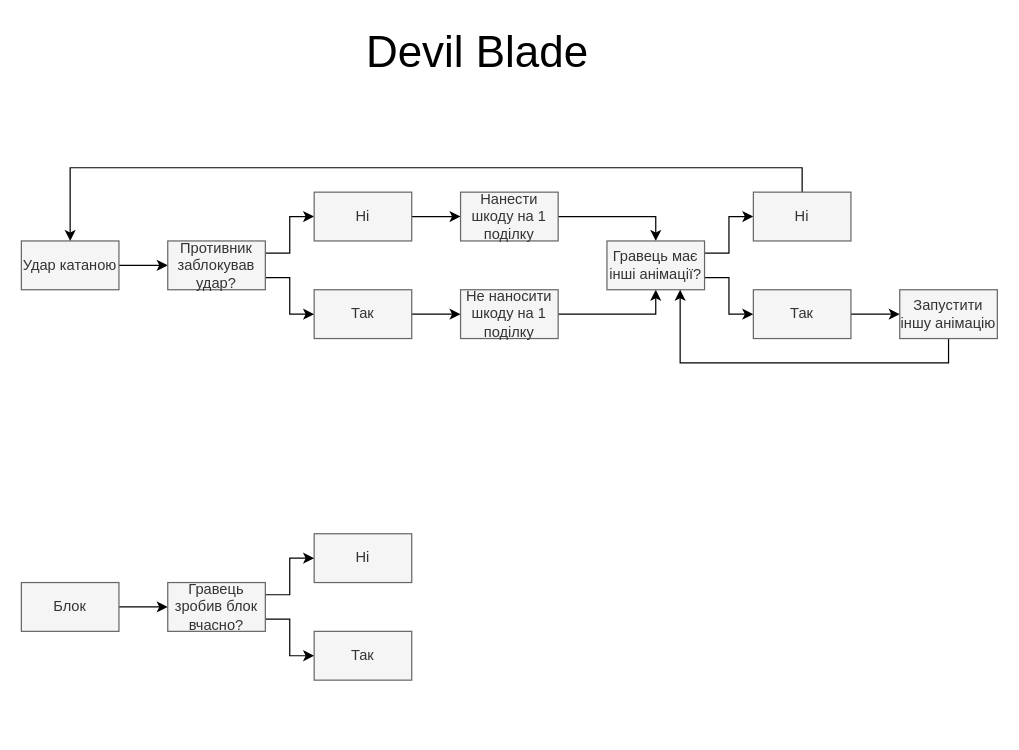
This is Documents/Devil_Blade_GDD.drawio from Endi00710/Devil_Blade_Documents, a draw.io file, before an edit. Source tidied: cells renumbered, new cells numbered last; positions are measured from the earlier drawing's top-left corner, leaving out a move shared by most shapes. Both pictures are drawn from the tidied source at 122%, with x=0, y=0 at pixel (21, 21).
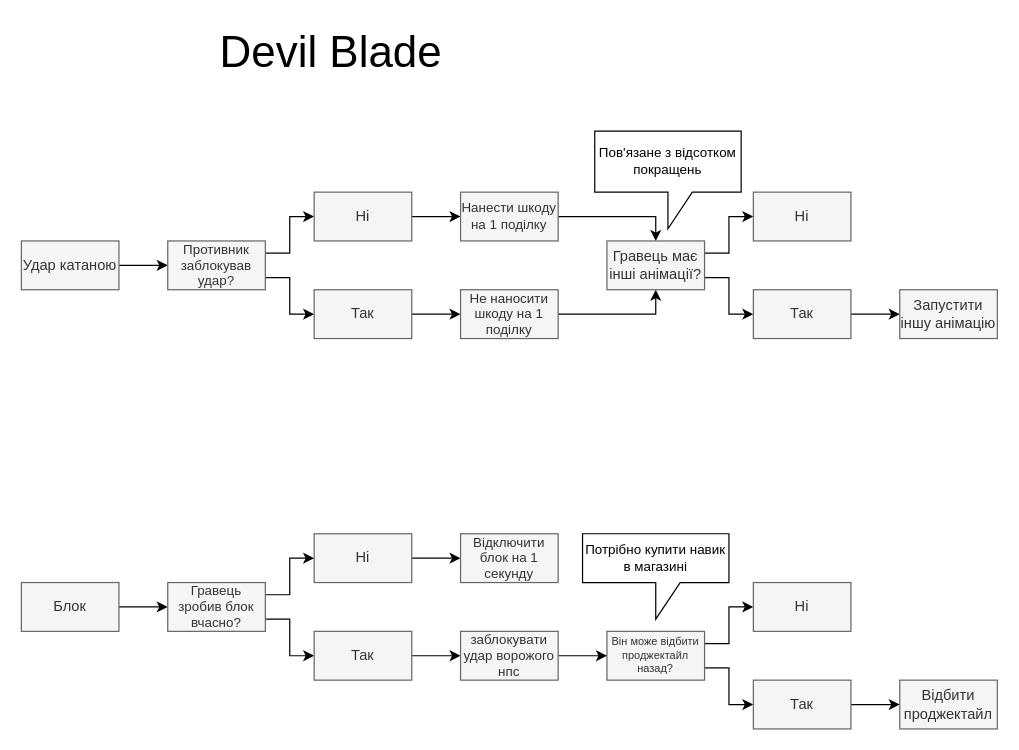
Above is the later version.

Unchanged cells that the change refers to:
```xml
<mxCell id="4" value="Удар катаною" style="text;html=1;strokeColor=#666666;fillColor=#f5f5f5;align=center;verticalAlign=middle;whiteSpace=wrap;rounded=0;fontColor=#333333;" parent="1" vertex="1">
  <mxGeometry y="180" width="80" height="40" as="geometry" />
</mxCell>
<mxCell id="18" value="Гравець має інші анімації?" style="text;html=1;strokeColor=#666666;fillColor=#f5f5f5;align=center;verticalAlign=middle;whiteSpace=wrap;rounded=0;fontColor=#333333;" parent="1" vertex="1">
  <mxGeometry x="480" y="180" width="80" height="40" as="geometry" />
</mxCell>
<mxCell id="22" value="Запустити іншу анімацію" style="text;html=1;strokeColor=#666666;fillColor=#f5f5f5;align=center;verticalAlign=middle;whiteSpace=wrap;rounded=0;fontColor=#333333;" parent="1" vertex="1">
  <mxGeometry x="720" y="220" width="80" height="40" as="geometry" />
</mxCell>
<mxCell id="25" value="Ні" style="text;html=1;strokeColor=#666666;fillColor=#f5f5f5;align=center;verticalAlign=middle;whiteSpace=wrap;rounded=0;fontColor=#333333;" parent="1" vertex="1">
  <mxGeometry x="240" y="420" width="80" height="40" as="geometry" />
</mxCell>
<mxCell id="29" value="Так" style="text;html=1;strokeColor=#666666;fillColor=#f5f5f5;align=center;verticalAlign=middle;whiteSpace=wrap;rounded=0;fontColor=#333333;" parent="1" vertex="1">
  <mxGeometry x="240" y="500" width="80" height="40" as="geometry" />
</mxCell>
<mxCell id="31" value="Ні" style="text;html=1;strokeColor=#666666;fillColor=#f5f5f5;align=center;verticalAlign=middle;whiteSpace=wrap;rounded=0;fontColor=#333333;" parent="1" vertex="1">
  <mxGeometry x="600" y="140" width="80" height="40" as="geometry" />
</mxCell>
```

Change to the diagram source:
```diff
@@
     <mxCell id="2" value="Devil Blade" style="text;html=1;align=center;verticalAlign=middle;whiteSpace=wrap;rounded=0;fontFamily=Helvetica;fontSize=36;" parent="1" vertex="1">
-      <mxGeometry x="277" width="194" height="50" as="geometry" />
+      <mxGeometry x="157" width="194" height="50" as="geometry" />
     </mxCell>
@@
-    <mxCell id="7" value="Противник заблокував удар?" style="text;html=1;strokeColor=#666666;fillColor=#f5f5f5;align=center;verticalAlign=middle;whiteSpace=wrap;rounded=0;fontColor=#333333;" parent="1" vertex="1">
+    <mxCell id="7" value="Противник заблокував удар?" style="text;html=1;strokeColor=#666666;fillColor=#f5f5f5;align=center;verticalAlign=middle;whiteSpace=wrap;rounded=0;fontColor=#333333;fontSize=11;" parent="1" vertex="1">
       <mxGeometry x="120" y="180" width="80" height="40" as="geometry" />
     </mxCell>
@@
-    <mxCell id="13" value="Нанести шкоду на 1 поділку" style="text;html=1;strokeColor=#666666;fillColor=#f5f5f5;align=center;verticalAlign=middle;whiteSpace=wrap;rounded=0;fontColor=#333333;" parent="1" vertex="1">
+    <mxCell id="13" value="Нанести шкоду на 1 поділку" style="text;html=1;strokeColor=#666666;fillColor=#f5f5f5;align=center;verticalAlign=middle;whiteSpace=wrap;rounded=0;fontColor=#333333;fontSize=11;" parent="1" vertex="1">
       <mxGeometry x="360" y="140" width="80" height="40" as="geometry" />
     </mxCell>
@@
-    <mxCell id="15" value="Не наносити шкоду на 1 поділку" style="text;html=1;strokeColor=#666666;fillColor=#f5f5f5;align=center;verticalAlign=middle;whiteSpace=wrap;rounded=0;fontColor=#333333;" parent="1" vertex="1">
+    <mxCell id="15" value="Не наносити шкоду на 1 поділку" style="text;html=1;strokeColor=#666666;fillColor=#f5f5f5;align=center;verticalAlign=middle;whiteSpace=wrap;rounded=0;fontColor=#333333;fontSize=11;" parent="1" vertex="1">
       <mxGeometry x="360" y="220" width="80" height="40" as="geometry" />
     </mxCell>
@@
-    <mxCell id="21" style="edgeStyle=orthogonalEdgeStyle;rounded=0;jettySize=auto;html=1;exitX=0.5;exitY=1;exitDx=0;exitDy=0;entryX=0.75;entryY=1;entryDx=0;entryDy=0;" parent="1" edge="1" source="22" target="18">
-      <mxGeometry relative="1" as="geometry" />
-    </mxCell>
@@
+    <mxCell id="32" style="edgeStyle=orthogonalEdgeStyle;rounded=0;jettySize=auto;html=1;exitX=1;exitY=0.5;exitDx=0;exitDy=0;" parent="1" edge="1" source="25" target="34">
+      <mxGeometry relative="1" as="geometry" />
+    </mxCell>
@@
-    <mxCell id="28" value="Гравець зробив блок вчасно? " style="text;html=1;strokeColor=#666666;fillColor=#f5f5f5;align=center;verticalAlign=middle;whiteSpace=wrap;rounded=0;fontColor=#333333;" parent="1" vertex="1">
+    <mxCell id="28" value="Гравець зробив блок вчасно? " style="text;html=1;strokeColor=#666666;fillColor=#f5f5f5;align=center;verticalAlign=middle;whiteSpace=wrap;rounded=0;fontColor=#333333;fontSize=11;" parent="1" vertex="1">
       <mxGeometry x="120" y="460" width="80" height="40" as="geometry" />
     </mxCell>
+    <mxCell id="33" style="edgeStyle=orthogonalEdgeStyle;rounded=0;jettySize=auto;html=1;exitX=1;exitY=0.5;exitDx=0;exitDy=0;entryX=0;entryY=0.5;entryDx=0;entryDy=0;fontSize=11;" parent="1" edge="1" source="29" target="42">
+      <mxGeometry relative="1" as="geometry" />
+    </mxCell>
@@
-    <mxCell id="30" style="edgeStyle=orthogonalEdgeStyle;rounded=0;jettySize=auto;html=1;exitX=0.5;exitY=0;exitDx=0;exitDy=0;entryX=0.5;entryY=0;entryDx=0;entryDy=0;" parent="1" edge="1" source="31" target="4">
-      <mxGeometry relative="1" as="geometry" />
-    </mxCell>
@@
+    <mxCell id="34" value="Відключити блок на 1 секунду" style="text;html=1;strokeColor=#666666;fillColor=#f5f5f5;align=center;verticalAlign=middle;whiteSpace=wrap;rounded=0;fontColor=#333333;fontSize=11;" parent="1" vertex="1">
+      <mxGeometry x="360" y="420" width="80" height="40" as="geometry" />
+    </mxCell>
+    <mxCell id="35" style="edgeStyle=orthogonalEdgeStyle;rounded=0;jettySize=auto;html=1;exitX=1;exitY=0.25;exitDx=0;exitDy=0;fontSize=9;" parent="1" edge="1" source="37" target="38">
+      <mxGeometry relative="1" as="geometry" />
+    </mxCell>
+    <mxCell id="36" style="edgeStyle=orthogonalEdgeStyle;rounded=0;jettySize=auto;html=1;exitX=1;exitY=0.75;exitDx=0;exitDy=0;fontSize=12;" parent="1" edge="1" source="37" target="40">
+      <mxGeometry relative="1" as="geometry" />
+    </mxCell>
+    <mxCell id="37" value="Він може відбити проджектайл назад?" style="text;html=1;strokeColor=#666666;fillColor=#f5f5f5;align=center;verticalAlign=middle;whiteSpace=wrap;rounded=0;fontColor=#333333;fontSize=9;" parent="1" vertex="1">
+      <mxGeometry x="480" y="500" width="80" height="40" as="geometry" />
+    </mxCell>
+    <mxCell id="38" value="Ні" style="text;html=1;strokeColor=#666666;fillColor=#f5f5f5;align=center;verticalAlign=middle;whiteSpace=wrap;rounded=0;fontColor=#333333;fontSize=12;" parent="1" vertex="1">
+      <mxGeometry x="600" y="460" width="80" height="40" as="geometry" />
+    </mxCell>
+    <mxCell id="39" style="edgeStyle=orthogonalEdgeStyle;rounded=0;jettySize=auto;html=1;exitX=1;exitY=0.5;exitDx=0;exitDy=0;fontSize=11;" parent="1" edge="1" source="40" target="43">
+      <mxGeometry relative="1" as="geometry" />
+    </mxCell>
+    <mxCell id="40" value="Так" style="text;html=1;strokeColor=#666666;fillColor=#f5f5f5;align=center;verticalAlign=middle;whiteSpace=wrap;rounded=0;fontColor=#333333;fontSize=12;" parent="1" vertex="1">
+      <mxGeometry x="600" y="540" width="80" height="40" as="geometry" />
+    </mxCell>
+    <mxCell id="41" style="edgeStyle=orthogonalEdgeStyle;rounded=0;jettySize=auto;html=1;exitX=1;exitY=0.5;exitDx=0;exitDy=0;entryX=0;entryY=0.5;entryDx=0;entryDy=0;fontSize=11;" parent="1" edge="1" source="42" target="37">
+      <mxGeometry relative="1" as="geometry" />
+    </mxCell>
+    <mxCell id="42" value="заблокувати удар ворожого нпс" style="text;html=1;strokeColor=#666666;fillColor=#f5f5f5;align=center;verticalAlign=middle;whiteSpace=wrap;rounded=0;fontColor=#333333;fontSize=11;" parent="1" vertex="1">
+      <mxGeometry x="360" y="500" width="80" height="40" as="geometry" />
+    </mxCell>
+    <mxCell id="43" value="Відбити проджектайл" style="text;html=1;strokeColor=#666666;fillColor=#f5f5f5;align=center;verticalAlign=middle;whiteSpace=wrap;rounded=0;fontColor=#333333;fontSize=12;" parent="1" vertex="1">
+      <mxGeometry x="720" y="540" width="80" height="40" as="geometry" />
+    </mxCell>
+    <mxCell id="44" value="Потрібно купити навик в магазині" style="shape=callout;whiteSpace=wrap;html=1;perimeter=calloutPerimeter;fontSize=11;rotation=0;position2=0.5;" parent="1" vertex="1">
+      <mxGeometry x="460" y="420" width="120" height="70" as="geometry" />
+    </mxCell>
+    <mxCell id="45" value="Пов'язане з відсотком покращень" style="shape=callout;whiteSpace=wrap;html=1;perimeter=calloutPerimeter;fontSize=11;position2=0.5;" parent="1" vertex="1">
+      <mxGeometry x="470" y="90" width="120" height="80" as="geometry" />
+    </mxCell>
```
